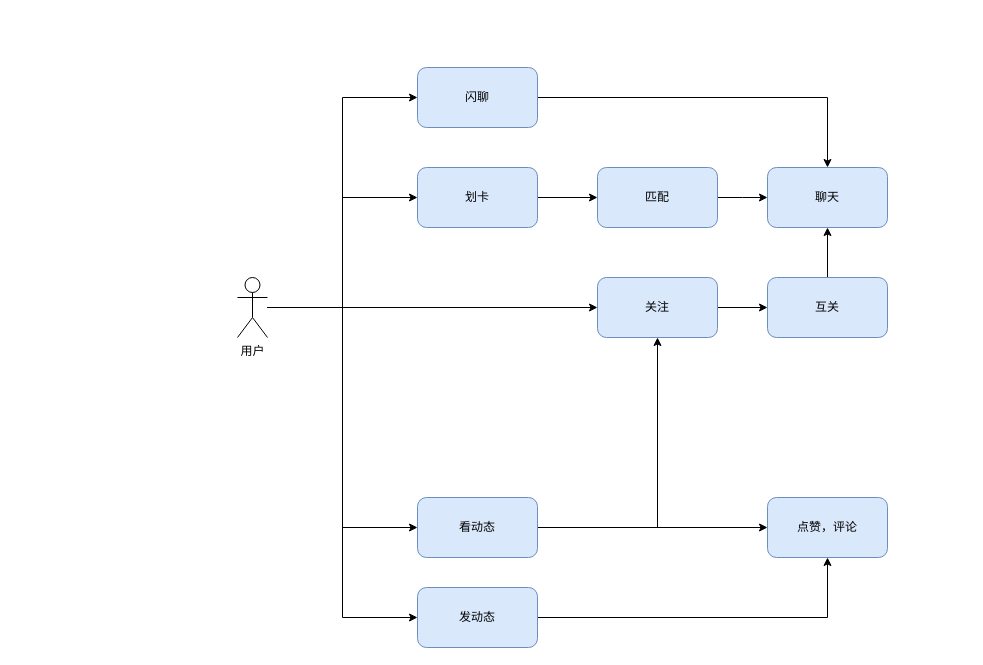
Above: sns.drawio in effyroth/drawio2 (draw.io), before the change. Source tidied: cells renumbered, new cells numbered last; positions are measured from the earlier drawing's top-left corner, leaving out a move shared by most shapes. Both pictures are drawn from the tidied source at 100%, with x=0, y=0 at pixel (237, 67).
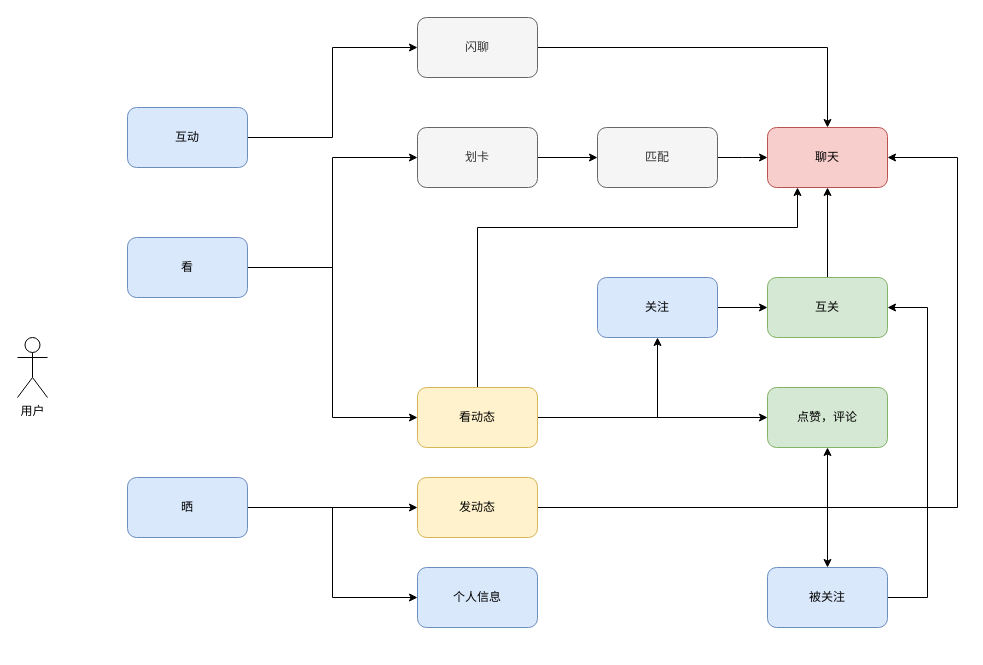
The same diagram, later.

Unchanged cells that the change refers to:
```xml
<mxCell id="8" value="关注" style="rounded=1;whiteSpace=wrap;html=1;fillColor=#dae8fc;strokeColor=#6c8ebf;" parent="1" vertex="1">
  <mxGeometry x="360" y="210" width="120" height="60" as="geometry" />
</mxCell>
```

The edit, as a diff of the source:
```diff
@@
-    <mxCell id="3" value="划卡" style="rounded=1;whiteSpace=wrap;html=1;fillColor=#dae8fc;strokeColor=#6c8ebf;" parent="1" vertex="1">
-      <mxGeometry x="180" y="100" width="120" height="60" as="geometry" />
+    <mxCell id="3" value="划卡" style="rounded=1;whiteSpace=wrap;html=1;fillColor=#f5f5f5;strokeColor=#666666;fontColor=#333333;" parent="1" vertex="1">
+      <mxGeometry x="180" y="60" width="120" height="60" as="geometry" />
     </mxCell>
     <mxCell id="4" style="edgeStyle=orthogonalEdgeStyle;rounded=0;jettySize=auto;html=1;" parent="1" edge="1" source="5">
       <mxGeometry relative="1" as="geometry">
-        <mxPoint x="530" y="130" as="targetPoint" />
+        <mxPoint x="530" y="90" as="targetPoint" />
       </mxGeometry>
     </mxCell>
-    <mxCell id="5" value="匹配" style="rounded=1;whiteSpace=wrap;html=1;fillColor=#dae8fc;strokeColor=#6c8ebf;" parent="1" vertex="1">
-      <mxGeometry x="360" y="100" width="120" height="60" as="geometry" />
+    <mxCell id="5" value="匹配" style="rounded=1;whiteSpace=wrap;html=1;fillColor=#f5f5f5;strokeColor=#666666;fontColor=#333333;" parent="1" vertex="1">
+      <mxGeometry x="360" y="60" width="120" height="60" as="geometry" />
     </mxCell>
-    <mxCell id="6" value="聊天" style="rounded=1;whiteSpace=wrap;html=1;fillColor=#dae8fc;strokeColor=#6c8ebf;" parent="1" vertex="1">
-      <mxGeometry x="530" y="100" width="120" height="60" as="geometry" />
+    <mxCell id="6" value="聊天" style="rounded=1;whiteSpace=wrap;html=1;fillColor=#f8cecc;strokeColor=#b85450;" parent="1" vertex="1">
+      <mxGeometry x="530" y="60" width="120" height="60" as="geometry" />
     </mxCell>
@@
-    <mxCell id="10" value="互关" style="rounded=1;whiteSpace=wrap;html=1;fillColor=#dae8fc;strokeColor=#6c8ebf;" parent="1" vertex="1">
+    <mxCell id="10" value="互关" style="rounded=1;whiteSpace=wrap;html=1;fillColor=#d5e8d4;strokeColor=#82b366;" parent="1" vertex="1">
       <mxGeometry x="530" y="210" width="120" height="60" as="geometry" />
     </mxCell>
-    <mxCell id="11" style="edgeStyle=orthogonalEdgeStyle;rounded=0;jettySize=auto;html=1;entryX=0;entryY=0.5;entryDx=0;entryDy=0;" parent="1" edge="1" source="16" target="3">
-      <mxGeometry relative="1" as="geometry" />
-    </mxCell>
-    <mxCell id="12" style="edgeStyle=orthogonalEdgeStyle;rounded=0;jettySize=auto;html=1;entryX=0;entryY=0.5;entryDx=0;entryDy=0;" parent="1" edge="1" source="16" target="8">
-      <mxGeometry relative="1" as="geometry" />
-    </mxCell>
-    <mxCell id="13" style="edgeStyle=orthogonalEdgeStyle;rounded=0;jettySize=auto;html=1;entryX=0;entryY=0.5;entryDx=0;entryDy=0;" parent="1" edge="1" source="16" target="18">
-      <mxGeometry relative="1" as="geometry" />
-    </mxCell>
-    <mxCell id="14" style="edgeStyle=orthogonalEdgeStyle;rounded=0;jettySize=auto;html=1;entryX=0;entryY=0.5;entryDx=0;entryDy=0;" parent="1" edge="1" source="16" target="21">
-      <mxGeometry relative="1" as="geometry" />
-    </mxCell>
-    <mxCell id="15" style="edgeStyle=orthogonalEdgeStyle;rounded=0;jettySize=auto;html=1;entryX=0;entryY=0.5;entryDx=0;entryDy=0;" parent="1" edge="1" source="16" target="24">
-      <mxGeometry relative="1" as="geometry" />
-    </mxCell>
     <mxCell id="16" value="用户" style="shape=umlActor;verticalLabelPosition=bottom;labelBackgroundColor=#ffffff;verticalAlign=top;html=1;outlineConnect=0;" parent="1" vertex="1">
-      <mxGeometry y="210" width="30" height="60" as="geometry" />
+      <mxGeometry x="-220" y="270" width="30" height="60" as="geometry" />
     </mxCell>
     <mxCell id="17" style="edgeStyle=orthogonalEdgeStyle;rounded=0;jettySize=auto;html=1;entryX=0.5;entryY=1;entryDx=0;entryDy=0;" parent="1" edge="1" source="18" target="22">
       <mxGeometry relative="1" as="geometry">
         <Array as="points">
-          <mxPoint x="590" y="550" />
+          <mxPoint x="590" y="440" />
         </Array>
       </mxGeometry>
     </mxCell>
+    <mxCell id="25" style="edgeStyle=orthogonalEdgeStyle;rounded=0;jettySize=auto;html=1;" parent="1" edge="1" source="18" target="38">
+      <mxGeometry relative="1" as="geometry" />
+    </mxCell>
+    <mxCell id="26" style="edgeStyle=orthogonalEdgeStyle;rounded=0;jettySize=auto;html=1;entryX=1;entryY=0.5;entryDx=0;entryDy=0;" parent="1" edge="1" source="18" target="6">
+      <mxGeometry relative="1" as="geometry">
+        <Array as="points">
+          <mxPoint x="720" y="440" />
+          <mxPoint x="720" y="90" />
+        </Array>
+      </mxGeometry>
+    </mxCell>
-    <mxCell id="18" value="发动态" style="rounded=1;whiteSpace=wrap;html=1;fillColor=#dae8fc;strokeColor=#6c8ebf;" parent="1" vertex="1">
-      <mxGeometry x="180" y="520" width="120" height="60" as="geometry" />
+    <mxCell id="18" value="发动态" style="rounded=1;whiteSpace=wrap;html=1;fillColor=#fff2cc;strokeColor=#d6b656;" parent="1" vertex="1">
+      <mxGeometry x="180" y="410" width="120" height="60" as="geometry" />
     </mxCell>
@@
+    <mxCell id="27" style="edgeStyle=orthogonalEdgeStyle;rounded=0;jettySize=auto;html=1;entryX=0.25;entryY=1;entryDx=0;entryDy=0;" parent="1" edge="1" source="21" target="6">
+      <mxGeometry relative="1" as="geometry">
+        <Array as="points">
+          <mxPoint x="240" y="160" />
+          <mxPoint x="560" y="160" />
+        </Array>
+      </mxGeometry>
+    </mxCell>
-    <mxCell id="21" value="看动态" style="rounded=1;whiteSpace=wrap;html=1;fillColor=#dae8fc;strokeColor=#6c8ebf;" parent="1" vertex="1">
-      <mxGeometry x="180" y="430" width="120" height="60" as="geometry" />
+    <mxCell id="21" value="看动态" style="rounded=1;whiteSpace=wrap;html=1;fillColor=#fff2cc;strokeColor=#d6b656;" parent="1" vertex="1">
+      <mxGeometry x="180" y="320" width="120" height="60" as="geometry" />
     </mxCell>
-    <mxCell id="22" value="点赞，评论" style="rounded=1;whiteSpace=wrap;html=1;fillColor=#dae8fc;strokeColor=#6c8ebf;" parent="1" vertex="1">
-      <mxGeometry x="530" y="430" width="120" height="60" as="geometry" />
+    <mxCell id="22" value="点赞，评论" style="rounded=1;whiteSpace=wrap;html=1;fillColor=#d5e8d4;strokeColor=#82b366;" parent="1" vertex="1">
+      <mxGeometry x="530" y="320" width="120" height="60" as="geometry" />
     </mxCell>
@@
-    <mxCell id="24" value="闪聊" style="rounded=1;whiteSpace=wrap;html=1;fillColor=#dae8fc;strokeColor=#6c8ebf;" parent="1" vertex="1">
-      <mxGeometry x="180" width="120" height="60" as="geometry" />
+    <mxCell id="24" value="闪聊" style="rounded=1;whiteSpace=wrap;html=1;fillColor=#f5f5f5;strokeColor=#666666;fontColor=#333333;" parent="1" vertex="1">
+      <mxGeometry x="180" y="-50" width="120" height="60" as="geometry" />
     </mxCell>
+    <mxCell id="28" style="edgeStyle=orthogonalEdgeStyle;rounded=0;jettySize=auto;html=1;entryX=0;entryY=0.5;entryDx=0;entryDy=0;" parent="1" edge="1" source="29" target="24">
+      <mxGeometry relative="1" as="geometry" />
+    </mxCell>
+    <mxCell id="29" value="互动" style="rounded=1;whiteSpace=wrap;html=1;fillColor=#dae8fc;strokeColor=#6c8ebf;" parent="1" vertex="1">
+      <mxGeometry x="-110" y="40" width="120" height="60" as="geometry" />
+    </mxCell>
+    <mxCell id="30" style="edgeStyle=orthogonalEdgeStyle;rounded=0;jettySize=auto;html=1;entryX=0;entryY=0.5;entryDx=0;entryDy=0;" parent="1" edge="1" source="32" target="36">
+      <mxGeometry relative="1" as="geometry" />
+    </mxCell>
+    <mxCell id="31" style="edgeStyle=orthogonalEdgeStyle;rounded=0;jettySize=auto;html=1;entryX=0;entryY=0.5;entryDx=0;entryDy=0;" parent="1" edge="1" source="32" target="18">
+      <mxGeometry relative="1" as="geometry" />
+    </mxCell>
+    <mxCell id="32" value="晒" style="rounded=1;whiteSpace=wrap;html=1;fillColor=#dae8fc;strokeColor=#6c8ebf;" parent="1" vertex="1">
+      <mxGeometry x="-110" y="410" width="120" height="60" as="geometry" />
+    </mxCell>
+    <mxCell id="33" style="edgeStyle=orthogonalEdgeStyle;rounded=0;jettySize=auto;html=1;entryX=0;entryY=0.5;entryDx=0;entryDy=0;" parent="1" edge="1" source="35" target="3">
+      <mxGeometry relative="1" as="geometry" />
+    </mxCell>
+    <mxCell id="34" style="edgeStyle=orthogonalEdgeStyle;rounded=0;jettySize=auto;html=1;entryX=0;entryY=0.5;entryDx=0;entryDy=0;" parent="1" edge="1" source="35" target="21">
+      <mxGeometry relative="1" as="geometry" />
+    </mxCell>
+    <mxCell id="35" value="看" style="rounded=1;whiteSpace=wrap;html=1;fillColor=#dae8fc;strokeColor=#6c8ebf;" parent="1" vertex="1">
+      <mxGeometry x="-110" y="170" width="120" height="60" as="geometry" />
+    </mxCell>
+    <mxCell id="36" value="个人信息" style="rounded=1;whiteSpace=wrap;html=1;fillColor=#dae8fc;strokeColor=#6c8ebf;" parent="1" vertex="1">
+      <mxGeometry x="180" y="500" width="120" height="60" as="geometry" />
+    </mxCell>
+    <mxCell id="37" style="edgeStyle=orthogonalEdgeStyle;rounded=0;jettySize=auto;html=1;entryX=1;entryY=0.5;entryDx=0;entryDy=0;" parent="1" edge="1" source="38" target="10">
+      <mxGeometry relative="1" as="geometry">
+        <Array as="points">
+          <mxPoint x="690" y="530" />
+          <mxPoint x="690" y="240" />
+        </Array>
+      </mxGeometry>
+    </mxCell>
+    <mxCell id="38" value="被关注" style="rounded=1;whiteSpace=wrap;html=1;fillColor=#dae8fc;strokeColor=#6c8ebf;" parent="1" vertex="1">
+      <mxGeometry x="530" y="500" width="120" height="60" as="geometry" />
+    </mxCell>
```
